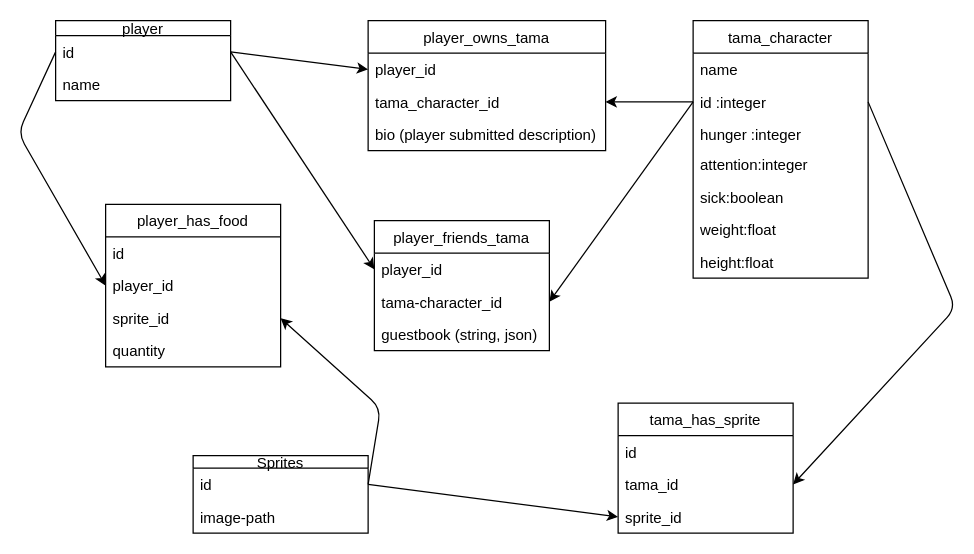
Above: project-management/diagrams/erd.drawio in circuitsunfish/tamagotchi (draw.io), before the change. Source tidied: cells renumbered, new cells numbered last; positions are measured from the earlier drawing's top-left corner, leaving out a move shared by most shapes. Both pictures are drawn from the tidied source at 125%, with x=0, y=0 at pixel (18, 20).
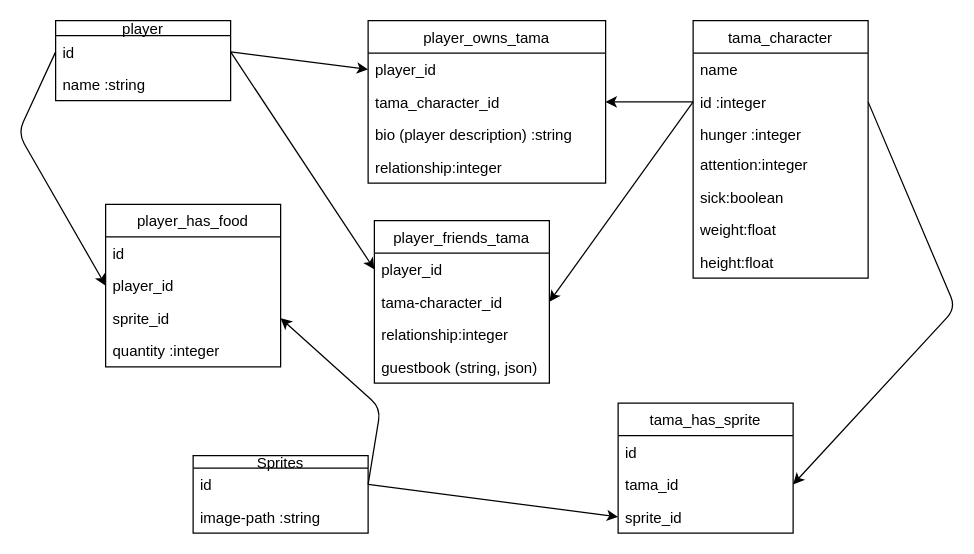
The same page after the edit.

Commit message:
data is typed in diagram

The change refers to these unchanged cells:
```xml
<mxCell id="10" value="player" style="swimlane;fontStyle=0;horizontal=1;startSize=12;fillColor=none;" parent="1" vertex="1">
  <mxGeometry x="30" width="140" height="64" as="geometry" />
</mxCell>
<mxCell id="25" value="Sprites" style="swimlane;fontStyle=0;horizontal=1;startSize=10;fillColor=none;" parent="1" vertex="1">
  <mxGeometry x="140" y="348" width="140" height="62" as="geometry" />
</mxCell>
<mxCell id="34" value="player_has_food" style="swimlane;fontStyle=0;horizontal=1;startSize=26;fillColor=none;" parent="1" vertex="1">
  <mxGeometry x="70" y="147" width="140" height="130" as="geometry" />
</mxCell>
```

Diff of the diagram source:
```diff
@@
-    <mxCell id="12" value="name" style="text;strokeColor=none;fillColor=none;align=left;verticalAlign=top;spacingLeft=4;spacingRight=4;overflow=hidden;" parent="10" vertex="1">
+    <mxCell id="12" value="name :string" style="text;strokeColor=none;fillColor=none;align=left;verticalAlign=top;spacingLeft=4;spacingRight=4;overflow=hidden;" parent="10" vertex="1">
       <mxGeometry y="38" width="140" height="26" as="geometry" />
     </mxCell>
     <mxCell id="13" value="player_owns_tama" style="swimlane;fontStyle=0;horizontal=1;startSize=26;fillColor=none;" parent="1" vertex="1">
-      <mxGeometry x="280" width="190" height="104" as="geometry" />
+      <mxGeometry x="280" width="190" height="130" as="geometry" />
     </mxCell>
@@
-    <mxCell id="16" value="bio (player submitted description)&#10;" style="text;strokeColor=none;fillColor=none;align=left;verticalAlign=top;spacingLeft=4;spacingRight=4;overflow=hidden;" parent="13" vertex="1">
+    <mxCell id="16" value="bio (player description) :string&#10;" style="text;strokeColor=none;fillColor=none;align=left;verticalAlign=top;spacingLeft=4;spacingRight=4;overflow=hidden;" parent="13" vertex="1">
       <mxGeometry y="78" width="190" height="26" as="geometry" />
     </mxCell>
+    <mxCell id="41" value="relationship:integer" style="text;strokeColor=none;fillColor=none;align=left;verticalAlign=top;spacingLeft=4;spacingRight=4;overflow=hidden;" parent="13" vertex="1">
+      <mxGeometry y="104" width="190" height="26" as="geometry" />
+    </mxCell>
     <mxCell id="17" value="player_friends_tama" style="swimlane;fontStyle=0;horizontal=1;startSize=26;fillColor=none;" parent="1" vertex="1">
-      <mxGeometry x="285" y="160" width="140" height="104" as="geometry" />
+      <mxGeometry x="285" y="160" width="140" height="130" as="geometry" />
     </mxCell>
@@
+    <mxCell id="42" value="relationship:integer" style="text;strokeColor=none;fillColor=none;align=left;verticalAlign=top;spacingLeft=4;spacingRight=4;overflow=hidden;" parent="17" vertex="1">
+      <mxGeometry y="78" width="140" height="26" as="geometry" />
+    </mxCell>
     <mxCell id="20" value="guestbook (string, json)" style="text;strokeColor=none;fillColor=none;align=left;verticalAlign=top;spacingLeft=4;spacingRight=4;overflow=hidden;" parent="17" vertex="1">
-      <mxGeometry y="78" width="140" height="26" as="geometry" />
+      <mxGeometry y="104" width="140" height="26" as="geometry" />
     </mxCell>
@@
-    <mxCell id="27" value="image-path" style="text;strokeColor=none;fillColor=none;align=left;verticalAlign=top;spacingLeft=4;spacingRight=4;overflow=hidden;" parent="25" vertex="1">
+    <mxCell id="27" value="image-path :string" style="text;strokeColor=none;fillColor=none;align=left;verticalAlign=top;spacingLeft=4;spacingRight=4;overflow=hidden;" parent="25" vertex="1">
       <mxGeometry y="36" width="140" height="26" as="geometry" />
     </mxCell>
@@
-    <mxCell id="38" value="quantity" style="text;strokeColor=none;fillColor=none;align=left;verticalAlign=top;spacingLeft=4;spacingRight=4;overflow=hidden;" parent="34" vertex="1">
+    <mxCell id="38" value="quantity :integer" style="text;strokeColor=none;fillColor=none;align=left;verticalAlign=top;spacingLeft=4;spacingRight=4;overflow=hidden;" parent="34" vertex="1">
       <mxGeometry y="104" width="140" height="26" as="geometry" />
     </mxCell>
```
